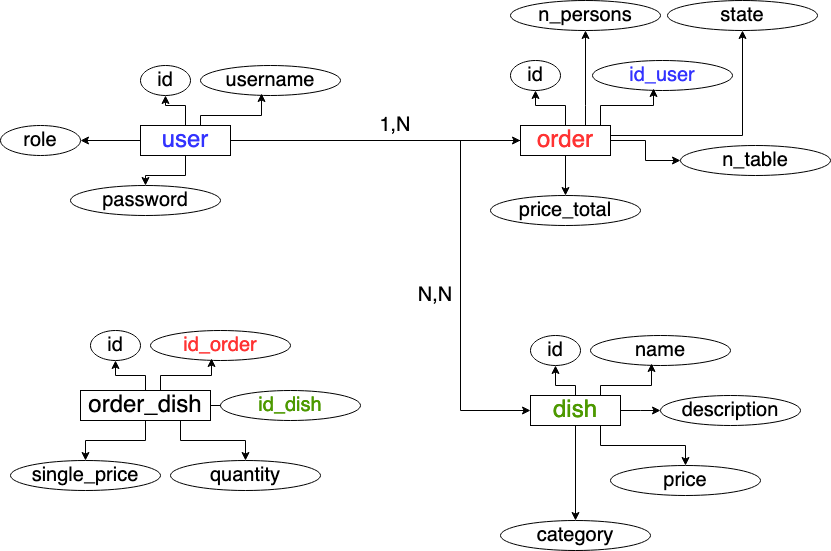
Above: RistoFood-DB.png in MicheleMal/RistoFood (draw.io), before the change. Source tidied: cells renumbered, new cells last; positions are measured from the earlier drawing's top-left corner, leaving out a move shared by most shapes. Its diagram source:
```xml
<mxGraphModel>
  <root>
    <mxCell id="0" />
    <mxCell id="1" parent="0" />
    <mxCell id="2" style="edgeStyle=orthogonalEdgeStyle;rounded=0;jettySize=auto;html=1;entryX=0.5;entryY=1;entryDx=0;entryDy=0;fontSize=20;" parent="1" edge="1" source="6" target="8">
      <mxGeometry relative="1" as="geometry" />
    </mxCell>
    <mxCell id="3" style="edgeStyle=orthogonalEdgeStyle;rounded=0;jettySize=auto;html=1;entryX=0.5;entryY=0;entryDx=0;entryDy=0;fontSize=20;" parent="1" edge="1" source="6" target="10">
      <mxGeometry relative="1" as="geometry" />
    </mxCell>
    <mxCell id="4" style="edgeStyle=orthogonalEdgeStyle;rounded=0;jettySize=auto;html=1;entryX=1;entryY=0.5;entryDx=0;entryDy=0;fontSize=20;" parent="1" edge="1" source="6" target="9">
      <mxGeometry relative="1" as="geometry" />
    </mxCell>
    <mxCell id="5" style="edgeStyle=orthogonalEdgeStyle;rounded=0;jettySize=auto;html=1;entryX=0;entryY=0.5;entryDx=0;entryDy=0;" parent="1" edge="1" source="6" target="31">
      <mxGeometry relative="1" as="geometry" />
    </mxCell>
    <mxCell id="6" value="&lt;font color=&quot;#3333ff&quot; style=&quot;font-size: 24px;&quot;&gt;user&lt;/font&gt;" style="rounded=0;whiteSpace=wrap;html=1;fontSize=20;" parent="1" vertex="1">
      <mxGeometry x="140" y="125" width="90" height="30" as="geometry" />
    </mxCell>
    <mxCell id="7" style="edgeStyle=orthogonalEdgeStyle;rounded=0;orthogonalLoop=1;jettySize=auto;html=1;exitX=0.5;exitY=1;exitDx=0;exitDy=0;fontSize=20;" parent="1" edge="1">
      <mxGeometry relative="1" as="geometry">
        <mxPoint x="160" y="95" as="sourcePoint" />
        <mxPoint x="160" y="95" as="targetPoint" />
      </mxGeometry>
    </mxCell>
    <mxCell id="8" value="&lt;font style=&quot;font-size: 20px;&quot;&gt;id&lt;/font&gt;" style="ellipse;whiteSpace=wrap;html=1;fontSize=20;" parent="1" vertex="1">
      <mxGeometry x="140" y="65" width="50" height="30" as="geometry" />
    </mxCell>
    <mxCell id="9" value="&lt;div style=&quot;font-size: 20px;&quot;&gt;role&lt;/div&gt;" style="ellipse;whiteSpace=wrap;html=1;fontSize=20;" parent="1" vertex="1">
      <mxGeometry y="125" width="80" height="30" as="geometry" />
    </mxCell>
    <mxCell id="10" value="&lt;font style=&quot;font-size: 20px;&quot;&gt;password&lt;/font&gt;" style="ellipse;whiteSpace=wrap;html=1;fontSize=20;" parent="1" vertex="1">
      <mxGeometry x="70" y="185" width="150" height="30" as="geometry" />
    </mxCell>
    <mxCell id="11" value="&lt;font style=&quot;font-size: 20px;&quot;&gt;username&lt;/font&gt;" style="ellipse;whiteSpace=wrap;html=1;fontSize=20;" parent="1" vertex="1">
      <mxGeometry x="200" y="65" width="140" height="30" as="geometry" />
    </mxCell>
    <mxCell id="12" style="edgeStyle=orthogonalEdgeStyle;rounded=0;jettySize=auto;html=1;entryX=0.436;entryY=0.933;entryDx=0;entryDy=0;entryPerimeter=0;fontSize=20;" parent="1" edge="1" source="6" target="11">
      <mxGeometry relative="1" as="geometry">
        <Array as="points">
          <mxPoint x="200" y="115" />
          <mxPoint x="261" y="115" />
        </Array>
      </mxGeometry>
    </mxCell>
    <mxCell id="13" style="edgeStyle=orthogonalEdgeStyle;rounded=0;jettySize=auto;html=1;entryX=0.5;entryY=1;entryDx=0;entryDy=0;" parent="1" edge="1" source="17" target="19">
      <mxGeometry relative="1" as="geometry">
        <Array as="points">
          <mxPoint x="575" y="385" />
          <mxPoint x="555" y="385" />
        </Array>
      </mxGeometry>
    </mxCell>
    <mxCell id="14" style="edgeStyle=orthogonalEdgeStyle;rounded=0;jettySize=auto;html=1;entryX=0.5;entryY=0;entryDx=0;entryDy=0;" parent="1" edge="1" source="17" target="21">
      <mxGeometry relative="1" as="geometry">
        <Array as="points">
          <mxPoint x="600" y="445" />
          <mxPoint x="685" y="445" />
        </Array>
      </mxGeometry>
    </mxCell>
    <mxCell id="15" style="edgeStyle=orthogonalEdgeStyle;rounded=0;jettySize=auto;html=1;entryX=0.5;entryY=0;entryDx=0;entryDy=0;" parent="1" edge="1" source="17" target="24">
      <mxGeometry relative="1" as="geometry" />
    </mxCell>
    <mxCell id="16" style="edgeStyle=orthogonalEdgeStyle;rounded=0;jettySize=auto;html=1;" parent="1" edge="1" source="17">
      <mxGeometry relative="1" as="geometry">
        <mxPoint x="660" y="410" as="targetPoint" />
      </mxGeometry>
    </mxCell>
    <mxCell id="17" value="&lt;font style=&quot;font-size: 24px; color: rgb(77, 153, 0);&quot;&gt;dish&lt;/font&gt;" style="rounded=0;whiteSpace=wrap;html=1;fontSize=24;" parent="1" vertex="1">
      <mxGeometry x="530" y="395" width="90" height="30" as="geometry" />
    </mxCell>
    <mxCell id="18" style="edgeStyle=orthogonalEdgeStyle;rounded=0;orthogonalLoop=1;jettySize=auto;html=1;exitX=0.5;exitY=1;exitDx=0;exitDy=0;" parent="1" edge="1">
      <mxGeometry relative="1" as="geometry">
        <mxPoint x="550" y="365" as="sourcePoint" />
        <mxPoint x="550" y="365" as="targetPoint" />
      </mxGeometry>
    </mxCell>
    <mxCell id="19" value="&lt;font style=&quot;font-size: 20px;&quot;&gt;id&lt;/font&gt;" style="ellipse;whiteSpace=wrap;html=1;fontSize=20;" parent="1" vertex="1">
      <mxGeometry x="530" y="335" width="50" height="30" as="geometry" />
    </mxCell>
    <mxCell id="20" value="&lt;div style=&quot;font-size: 20px;&quot;&gt;description&lt;br style=&quot;font-size: 20px;&quot;&gt;&lt;/div&gt;" style="ellipse;whiteSpace=wrap;html=1;fontSize=20;" parent="1" vertex="1">
      <mxGeometry x="660" y="395" width="140" height="30" as="geometry" />
    </mxCell>
    <mxCell id="21" value="&lt;font style=&quot;font-size: 20px;&quot;&gt;price&lt;/font&gt;" style="ellipse;whiteSpace=wrap;html=1;fontSize=20;" parent="1" vertex="1">
      <mxGeometry x="610" y="465" width="150" height="30" as="geometry" />
    </mxCell>
    <mxCell id="22" value="name" style="ellipse;whiteSpace=wrap;html=1;fontSize=20;" parent="1" vertex="1">
      <mxGeometry x="590" y="335" width="140" height="30" as="geometry" />
    </mxCell>
    <mxCell id="23" style="edgeStyle=orthogonalEdgeStyle;rounded=0;jettySize=auto;html=1;entryX=0.436;entryY=0.933;entryDx=0;entryDy=0;entryPerimeter=0;" parent="1" edge="1" source="17" target="22">
      <mxGeometry relative="1" as="geometry">
        <Array as="points">
          <mxPoint x="600" y="385" />
          <mxPoint x="651" y="385" />
        </Array>
      </mxGeometry>
    </mxCell>
    <mxCell id="24" value="&lt;font style=&quot;font-size: 20px;&quot;&gt;category&lt;/font&gt;" style="ellipse;whiteSpace=wrap;html=1;fontSize=20;" parent="1" vertex="1">
      <mxGeometry x="500" y="520" width="150" height="30" as="geometry" />
    </mxCell>
    <mxCell id="25" style="edgeStyle=orthogonalEdgeStyle;rounded=0;jettySize=auto;html=1;entryX=0.5;entryY=1;entryDx=0;entryDy=0;fontSize=20;" parent="1" edge="1" source="31" target="33">
      <mxGeometry relative="1" as="geometry" />
    </mxCell>
    <mxCell id="26" style="edgeStyle=orthogonalEdgeStyle;rounded=0;jettySize=auto;html=1;entryX=0.5;entryY=0;entryDx=0;entryDy=0;fontSize=20;" parent="1" edge="1" source="31" target="36">
      <mxGeometry relative="1" as="geometry" />
    </mxCell>
    <mxCell id="27" style="edgeStyle=orthogonalEdgeStyle;rounded=0;jettySize=auto;html=1;fontSize=20;" parent="1" edge="1" source="31" target="37">
      <mxGeometry relative="1" as="geometry" />
    </mxCell>
    <mxCell id="28" style="edgeStyle=orthogonalEdgeStyle;rounded=0;jettySize=auto;html=1;entryX=0.5;entryY=1;entryDx=0;entryDy=0;fontSize=20;" parent="1" edge="1" source="31" target="38">
      <mxGeometry relative="1" as="geometry">
        <Array as="points">
          <mxPoint x="742" y="135" />
        </Array>
      </mxGeometry>
    </mxCell>
    <mxCell id="29" style="edgeStyle=orthogonalEdgeStyle;rounded=0;jettySize=auto;html=1;entryX=0;entryY=0.5;entryDx=0;entryDy=0;" parent="1" edge="1" source="31" target="17">
      <mxGeometry relative="1" as="geometry">
        <Array as="points">
          <mxPoint x="460" y="140" />
          <mxPoint x="460" y="410" />
        </Array>
      </mxGeometry>
    </mxCell>
    <mxCell id="30" style="edgeStyle=orthogonalEdgeStyle;rounded=0;jettySize=auto;html=1;entryX=0.5;entryY=1;entryDx=0;entryDy=0;" parent="1" edge="1" source="31" target="52">
      <mxGeometry relative="1" as="geometry">
        <Array as="points">
          <mxPoint x="585" y="105" />
          <mxPoint x="585" y="105" />
        </Array>
      </mxGeometry>
    </mxCell>
    <mxCell id="31" value="&lt;font style=&quot;font-size: 24px; color: rgb(255, 51, 51);&quot;&gt;order&lt;br&gt;&lt;/font&gt;" style="rounded=0;whiteSpace=wrap;html=1;fontSize=20;" parent="1" vertex="1">
      <mxGeometry x="520" y="125" width="90" height="30" as="geometry" />
    </mxCell>
    <mxCell id="32" style="edgeStyle=orthogonalEdgeStyle;rounded=0;orthogonalLoop=1;jettySize=auto;html=1;exitX=0.5;exitY=1;exitDx=0;exitDy=0;fontSize=20;" parent="1" edge="1">
      <mxGeometry relative="1" as="geometry">
        <mxPoint x="540" y="90" as="sourcePoint" />
        <mxPoint x="540" y="90" as="targetPoint" />
      </mxGeometry>
    </mxCell>
    <mxCell id="33" value="&lt;font style=&quot;font-size: 20px;&quot;&gt;id&lt;/font&gt;" style="ellipse;whiteSpace=wrap;html=1;fontSize=20;" parent="1" vertex="1">
      <mxGeometry x="510" y="60" width="50" height="30" as="geometry" />
    </mxCell>
    <mxCell id="34" value="&lt;font style=&quot;color: rgb(51, 51, 255);&quot;&gt;id_user&lt;/font&gt;" style="ellipse;whiteSpace=wrap;html=1;fontSize=20;" parent="1" vertex="1">
      <mxGeometry x="592" y="60" width="140" height="30" as="geometry" />
    </mxCell>
    <mxCell id="35" style="edgeStyle=orthogonalEdgeStyle;rounded=0;jettySize=auto;html=1;entryX=0.436;entryY=0.933;entryDx=0;entryDy=0;entryPerimeter=0;fontSize=20;" parent="1" edge="1" source="31" target="34">
      <mxGeometry relative="1" as="geometry">
        <Array as="points">
          <mxPoint x="600" y="105" />
          <mxPoint x="653" y="105" />
        </Array>
      </mxGeometry>
    </mxCell>
    <mxCell id="36" value="price_total" style="ellipse;whiteSpace=wrap;html=1;fontSize=20;" parent="1" vertex="1">
      <mxGeometry x="490" y="195" width="150" height="30" as="geometry" />
    </mxCell>
    <mxCell id="37" value="n_table" style="ellipse;whiteSpace=wrap;html=1;fontSize=20;" parent="1" vertex="1">
      <mxGeometry x="680" y="145" width="150" height="30" as="geometry" />
    </mxCell>
    <mxCell id="38" value="state" style="ellipse;whiteSpace=wrap;html=1;fontSize=20;" parent="1" vertex="1">
      <mxGeometry x="667" width="150" height="30" as="geometry" />
    </mxCell>
    <mxCell id="39" value="&lt;font style=&quot;font-size: 20px;&quot;&gt;1,N&lt;/font&gt;" style="text;html=1;align=center;verticalAlign=middle;whiteSpace=wrap;rounded=0;" parent="1" vertex="1">
      <mxGeometry x="370" y="115" width="50" height="20" as="geometry" />
    </mxCell>
    <mxCell id="40" value="&lt;font style=&quot;font-size: 20px;&quot;&gt;N,N&lt;/font&gt;" style="text;html=1;align=center;verticalAlign=middle;whiteSpace=wrap;rounded=0;" parent="1" vertex="1">
      <mxGeometry x="410" y="285" width="50" height="20" as="geometry" />
    </mxCell>
    <mxCell id="41" style="edgeStyle=orthogonalEdgeStyle;rounded=0;jettySize=auto;html=1;entryX=0.5;entryY=1;entryDx=0;entryDy=0;" parent="1" edge="1" source="45" target="47">
      <mxGeometry relative="1" as="geometry">
        <Array as="points">
          <mxPoint x="145" y="375" />
          <mxPoint x="115" y="375" />
        </Array>
      </mxGeometry>
    </mxCell>
    <mxCell id="42" style="edgeStyle=orthogonalEdgeStyle;rounded=0;jettySize=auto;html=1;entryX=0.5;entryY=0;entryDx=0;entryDy=0;" parent="1" edge="1" source="45" target="49">
      <mxGeometry relative="1" as="geometry">
        <Array as="points">
          <mxPoint x="180" y="440" />
          <mxPoint x="245" y="440" />
        </Array>
      </mxGeometry>
    </mxCell>
    <mxCell id="43" style="edgeStyle=orthogonalEdgeStyle;rounded=0;jettySize=auto;html=1;" parent="1" edge="1" source="45">
      <mxGeometry relative="1" as="geometry">
        <mxPoint x="220" y="405" as="targetPoint" />
      </mxGeometry>
    </mxCell>
    <mxCell id="44" style="edgeStyle=orthogonalEdgeStyle;rounded=0;jettySize=auto;html=1;entryX=0.5;entryY=0;entryDx=0;entryDy=0;" parent="1" edge="1" source="45" target="53">
      <mxGeometry relative="1" as="geometry" />
    </mxCell>
    <mxCell id="45" value="order_dish" style="rounded=0;whiteSpace=wrap;html=1;fontSize=24;" parent="1" vertex="1">
      <mxGeometry x="80" y="390" width="130" height="30" as="geometry" />
    </mxCell>
    <mxCell id="46" style="edgeStyle=orthogonalEdgeStyle;rounded=0;orthogonalLoop=1;jettySize=auto;html=1;exitX=0.5;exitY=1;exitDx=0;exitDy=0;" parent="1" edge="1">
      <mxGeometry relative="1" as="geometry">
        <mxPoint x="110" y="360" as="sourcePoint" />
        <mxPoint x="110" y="360" as="targetPoint" />
      </mxGeometry>
    </mxCell>
    <mxCell id="47" value="&lt;font style=&quot;font-size: 20px;&quot;&gt;id&lt;/font&gt;" style="ellipse;whiteSpace=wrap;html=1;fontSize=20;" parent="1" vertex="1">
      <mxGeometry x="90" y="330" width="50" height="30" as="geometry" />
    </mxCell>
    <mxCell id="48" value="&lt;span style=&quot;color: rgb(77, 153, 0);&quot;&gt;id_dish&lt;/span&gt;" style="ellipse;whiteSpace=wrap;html=1;fontSize=20;" parent="1" vertex="1">
      <mxGeometry x="220" y="390" width="140" height="30" as="geometry" />
    </mxCell>
    <mxCell id="49" value="quantity" style="ellipse;whiteSpace=wrap;html=1;fontSize=20;" parent="1" vertex="1">
      <mxGeometry x="170" y="460" width="150" height="30" as="geometry" />
    </mxCell>
    <mxCell id="50" value="&lt;span style=&quot;color: rgb(255, 51, 51);&quot;&gt;id_order&lt;/span&gt;" style="ellipse;whiteSpace=wrap;html=1;fontSize=20;" parent="1" vertex="1">
      <mxGeometry x="150" y="330" width="140" height="30" as="geometry" />
    </mxCell>
    <mxCell id="51" style="edgeStyle=orthogonalEdgeStyle;rounded=0;jettySize=auto;html=1;entryX=0.436;entryY=0.933;entryDx=0;entryDy=0;entryPerimeter=0;" parent="1" edge="1" source="45" target="50">
      <mxGeometry relative="1" as="geometry">
        <Array as="points">
          <mxPoint x="160" y="375" />
          <mxPoint x="211" y="375" />
        </Array>
      </mxGeometry>
    </mxCell>
    <mxCell id="52" value="n_persons" style="ellipse;whiteSpace=wrap;html=1;fontSize=20;" parent="1" vertex="1">
      <mxGeometry x="510" width="150" height="30" as="geometry" />
    </mxCell>
    <mxCell id="53" value="single_price" style="ellipse;whiteSpace=wrap;html=1;fontSize=20;" parent="1" vertex="1">
      <mxGeometry x="10" y="460" width="150" height="30" as="geometry" />
    </mxCell>
  </root>
</mxGraphModel>
```
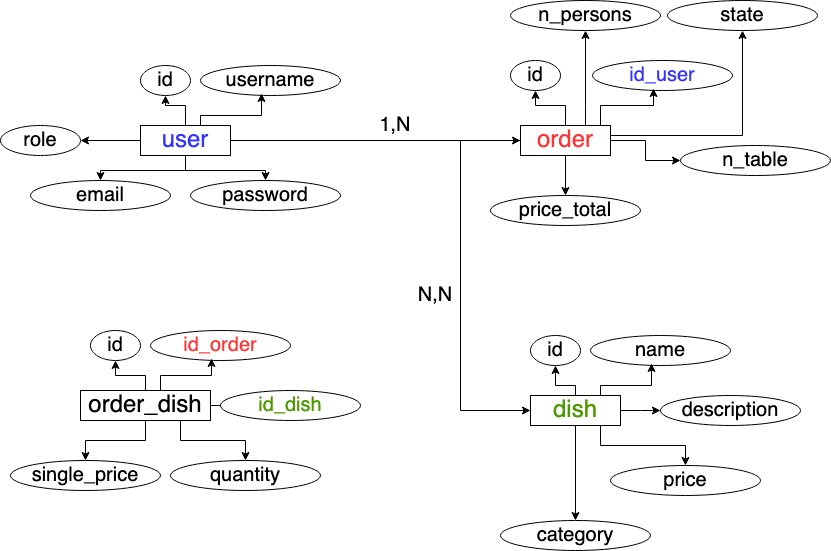
Later version of the same file.

Diff of the diagram source:
```diff
@@ -1,4 +1,4 @@
-<mxGraphModel>
+<mxGraphModel background="#ffffff">
   <root>
     <mxCell id="0" />
     <mxCell id="1" parent="0" />
@@ -6,7 +6,12 @@
       <mxGeometry relative="1" as="geometry" />
     </mxCell>
     <mxCell id="3" style="edgeStyle=orthogonalEdgeStyle;rounded=0;jettySize=auto;html=1;entryX=0.5;entryY=0;entryDx=0;entryDy=0;fontSize=20;" parent="1" edge="1" source="6" target="10">
-      <mxGeometry relative="1" as="geometry" />
+      <mxGeometry relative="1" as="geometry">
+        <Array as="points">
+          <mxPoint x="185" y="170" />
+          <mxPoint x="265" y="170" />
+        </Array>
+      </mxGeometry>
     </mxCell>
     <mxCell id="4" style="edgeStyle=orthogonalEdgeStyle;rounded=0;jettySize=auto;html=1;entryX=1;entryY=0.5;entryDx=0;entryDy=0;fontSize=20;" parent="1" edge="1" source="6" target="9">
       <mxGeometry relative="1" as="geometry" />
@@ -14,6 +19,14 @@
     <mxCell id="5" style="edgeStyle=orthogonalEdgeStyle;rounded=0;jettySize=auto;html=1;entryX=0;entryY=0.5;entryDx=0;entryDy=0;" parent="1" edge="1" source="6" target="31">
       <mxGeometry relative="1" as="geometry" />
     </mxCell>
+    <mxCell id="54" style="edgeStyle=orthogonalEdgeStyle;rounded=0;jettySize=auto;html=1;entryX=0.5;entryY=0;entryDx=0;entryDy=0;" parent="1" edge="1" source="6" target="55">
+      <mxGeometry relative="1" as="geometry">
+        <Array as="points">
+          <mxPoint x="185" y="170" />
+          <mxPoint x="100" y="170" />
+        </Array>
+      </mxGeometry>
+    </mxCell>
     <mxCell id="6" value="&lt;font color=&quot;#3333ff&quot; style=&quot;font-size: 24px;&quot;&gt;user&lt;/font&gt;" style="rounded=0;whiteSpace=wrap;html=1;fontSize=20;" parent="1" vertex="1">
       <mxGeometry x="140" y="125" width="90" height="30" as="geometry" />
     </mxCell>
@@ -30,7 +43,7 @@
       <mxGeometry y="125" width="80" height="30" as="geometry" />
     </mxCell>
     <mxCell id="10" value="&lt;font style=&quot;font-size: 20px;&quot;&gt;password&lt;/font&gt;" style="ellipse;whiteSpace=wrap;html=1;fontSize=20;" parent="1" vertex="1">
-      <mxGeometry x="70" y="185" width="150" height="30" as="geometry" />
+      <mxGeometry x="190" y="180" width="150" height="30" as="geometry" />
     </mxCell>
     <mxCell id="11" value="&lt;font style=&quot;font-size: 20px;&quot;&gt;username&lt;/font&gt;" style="ellipse;whiteSpace=wrap;html=1;fontSize=20;" parent="1" vertex="1">
       <mxGeometry x="200" y="65" width="140" height="30" as="geometry" />
@@ -228,5 +241,8 @@
     <mxCell id="53" value="single_price" style="ellipse;whiteSpace=wrap;html=1;fontSize=20;" parent="1" vertex="1">
       <mxGeometry x="10" y="460" width="150" height="30" as="geometry" />
     </mxCell>
+    <mxCell id="55" value="email" style="ellipse;whiteSpace=wrap;html=1;fontSize=20;" parent="1" vertex="1">
+      <mxGeometry x="30" y="180" width="140" height="30" as="geometry" />
+    </mxCell>
   </root>
 </mxGraphModel>
```
